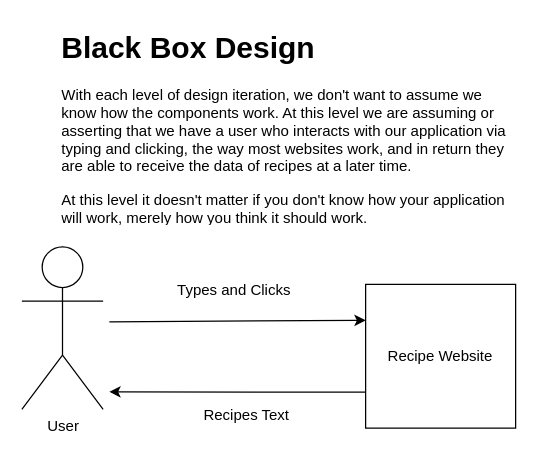
EricOrrDev/Diagrams keeps this draw.io diagram as page "Page-3" (2 of 4) of ProceduralManual.drawio. Above is the earlier version. Source tidied: cells renumbered, new cells numbered last; positions are measured from the earlier drawing's top-left corner, leaving out a move shared by most shapes. Both pictures are drawn from the tidied source at 125%, with x=0, y=0 at pixel (21, 21).
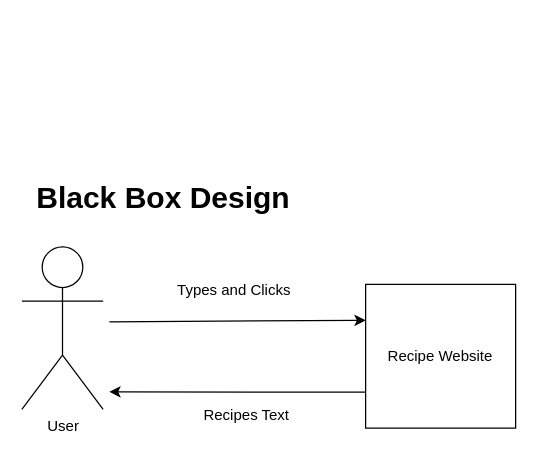
The same diagram, later.

What changed in the source:
```diff
@@
 <mxGraphModel>
   <root>
     <mxCell id="0" />
     <mxCell id="1" parent="0" />
     <mxCell id="2" value="&lt;div&gt;User&lt;/div&gt;" style="shape=umlActor;verticalLabelPosition=bottom;verticalAlign=top;html=1;" parent="1" vertex="1">
       <mxGeometry y="180" width="65" height="130" as="geometry" />
     </mxCell>
     <mxCell id="3" value="Recipe Website" style="rounded=0;whiteSpace=wrap;html=1;" parent="1" vertex="1">
       <mxGeometry x="275" y="210" width="120" height="115" as="geometry" />
     </mxCell>
     <mxCell id="4" value="Types and Clicks" style="text;html=1;align=center;verticalAlign=middle;whiteSpace=wrap;rounded=0;" parent="1" vertex="1">
       <mxGeometry x="120" y="200" width="100" height="30" as="geometry" />
     </mxCell>
     <mxCell id="5" style="endArrow=classic;html=1;rounded=0;exitX=0;exitY=0.75;exitDx=0;exitDy=0;" parent="1" edge="1" source="3">
       <mxGeometry relative="1" as="geometry">
         <mxPoint x="70" y="296" as="targetPoint" />
       </mxGeometry>
     </mxCell>
     <mxCell id="6" style="endArrow=classic;html=1;rounded=0;entryX=0;entryY=0.25;entryDx=0;entryDy=0;" parent="1" edge="1" target="3">
       <mxGeometry relative="1" as="geometry">
         <mxPoint x="70" y="240" as="sourcePoint" />
       </mxGeometry>
     </mxCell>
     <mxCell id="7" value="Recipes Text" style="text;html=1;align=center;verticalAlign=middle;whiteSpace=wrap;rounded=0;" parent="1" vertex="1">
       <mxGeometry x="140" y="300" width="80" height="30" as="geometry" />
     </mxCell>
-    <mxCell id="8" value="&lt;h1 style=&quot;margin-top: 0px;&quot;&gt;Black Box Design &lt;br&gt;&lt;/h1&gt;&lt;p&gt;With each level of design iteration, we don't want to assume we know how the components work. At this level we are assuming or asserting that we have a user who interacts with our application via typing and clicking, the way most websites work, and in return they are able to receive the data of recipes at a later time.&lt;/p&gt;&lt;p&gt;At this level it doesn't matter if you don't know how your application will work, merely how you think it should work.&lt;br&gt;&lt;/p&gt;" style="text;html=1;whiteSpace=wrap;overflow=hidden;rounded=0;" parent="1" vertex="1">
-      <mxGeometry x="30" width="360" height="160" as="geometry" />
+    <mxCell id="8" value="&lt;h1 style=&quot;margin-top: 0px;&quot;&gt;Black Box Design&lt;br&gt;&lt;/h1&gt;" style="text;html=1;whiteSpace=wrap;overflow=hidden;rounded=0;" parent="1" vertex="1">
+      <mxGeometry x="10" y="120" width="360" height="40" as="geometry" />
     </mxCell>
   </root>
 </mxGraphModel>
```
